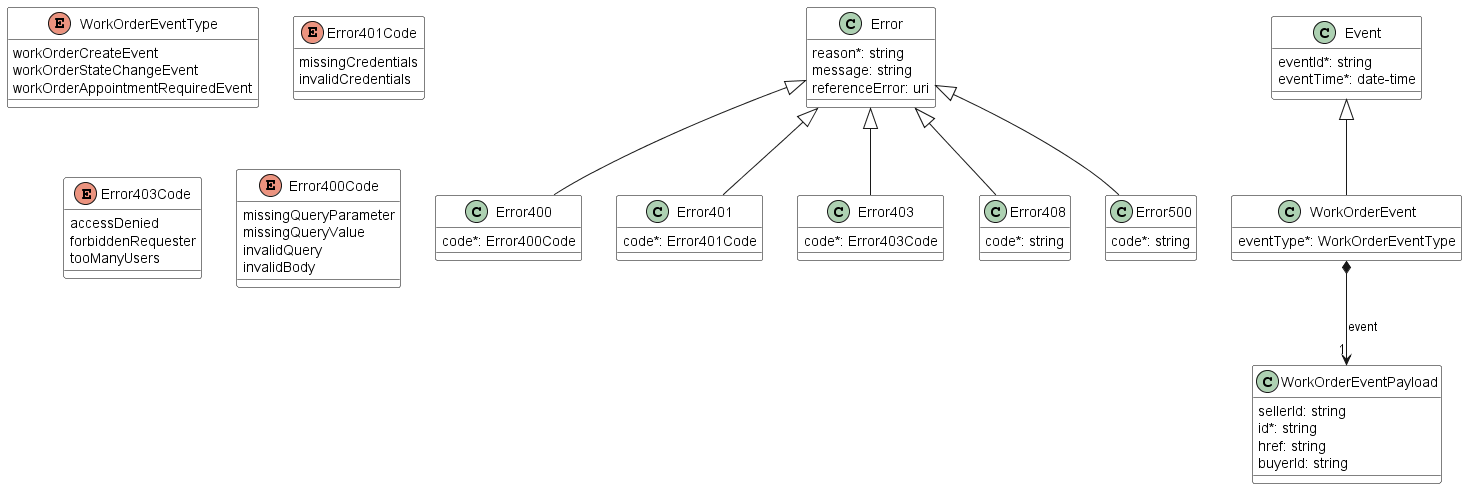
Before: documentation/productApi/workforce/media/workorderNotification.api.png, a diagram exported from PlantUML (MEF-GIT/MEF-LSO-Sonata-SDK).
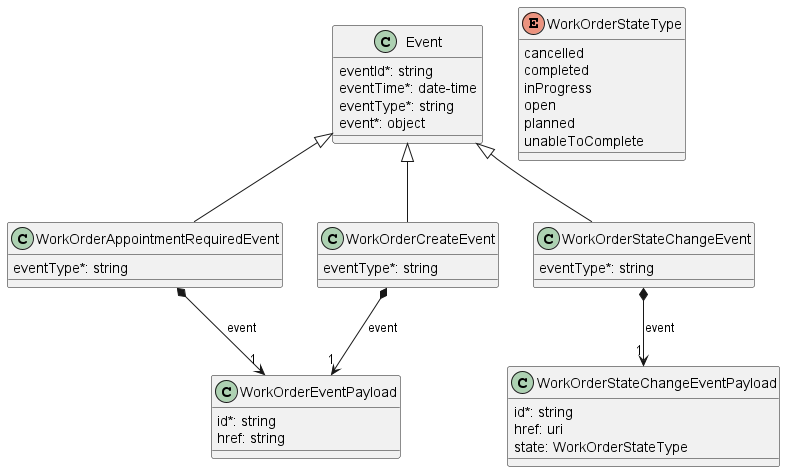
The same diagram one commit later.

The edit, as a diff of the source:
```diff
@@ -1,107 +1,66 @@
 @startuml
-skinparam {
-    ClassBackgroundColor White
-    ClassBorderColor Black
-}
-
-class Error400 {
-
-    code*: Error400Code
-}
-Error <|-- Error400
-
-
-
-class Error401 {
-
-    code*: Error401Code
-}
-Error <|-- Error401
-
-
-
-class Error403 {
-
-    code*: Error403Code
-}
-Error <|-- Error403
-
-
-
-class Error408 {
-
-    code*: string
-}
-Error <|-- Error408
-
-
-
-class Error500 {
-
-    code*: string
-}
-Error <|-- Error500
-
-
-
-class Error {
-
-    reason*: string
-    message: string
-    referenceError: uri
-}
-
-
-
-class WorkOrderEvent {
-
-    eventType*: WorkOrderEventType
-}
-Event <|-- WorkOrderEvent
-
-WorkOrderEvent *-->"1" WorkOrderEventPayload : event
-
 
 class Event {
 
     eventId*: string
     eventTime*: date-time
+    eventType*: string
+    event*: object
+}
+
+
+
+class WorkOrderAppointmentRequiredEvent {
+
+    eventType*: string
+}
+Event <|-- WorkOrderAppointmentRequiredEvent
+
+WorkOrderAppointmentRequiredEvent *-->"1" WorkOrderEventPayload : event
+
+
+class WorkOrderCreateEvent {
+
+    eventType*: string
+}
+Event <|-- WorkOrderCreateEvent
+
+WorkOrderCreateEvent *-->"1" WorkOrderEventPayload : event
+
+
+class WorkOrderStateChangeEvent {
+
+    eventType*: string
+}
+Event <|-- WorkOrderStateChangeEvent
+
+WorkOrderStateChangeEvent *-->"1" WorkOrderStateChangeEventPayload : event
+
+
+class WorkOrderStateChangeEventPayload {
+
+    id*: string
+    href: uri
+    state: WorkOrderStateType
 }
 
 
 
 class WorkOrderEventPayload {
 
-    sellerId: string
     id*: string
     href: string
-    buyerId: string
 }
 
 
 
-enum WorkOrderEventType {
+enum WorkOrderStateType {
 
-    workOrderCreateEvent
-    workOrderStateChangeEvent
-    workOrderAppointmentRequiredEvent
-}
-enum Error401Code {
-
-    missingCredentials
-    invalidCredentials
-}
-enum Error403Code {
-
-    accessDenied
-    forbiddenRequester
-    tooManyUsers
-}
-enum Error400Code {
-
-    missingQueryParameter
-    missingQueryValue
-    invalidQuery
-    invalidBody
+    cancelled
+    completed
+    inProgress
+    open
+    planned
+    unableToComplete
 }
 @enduml
```
